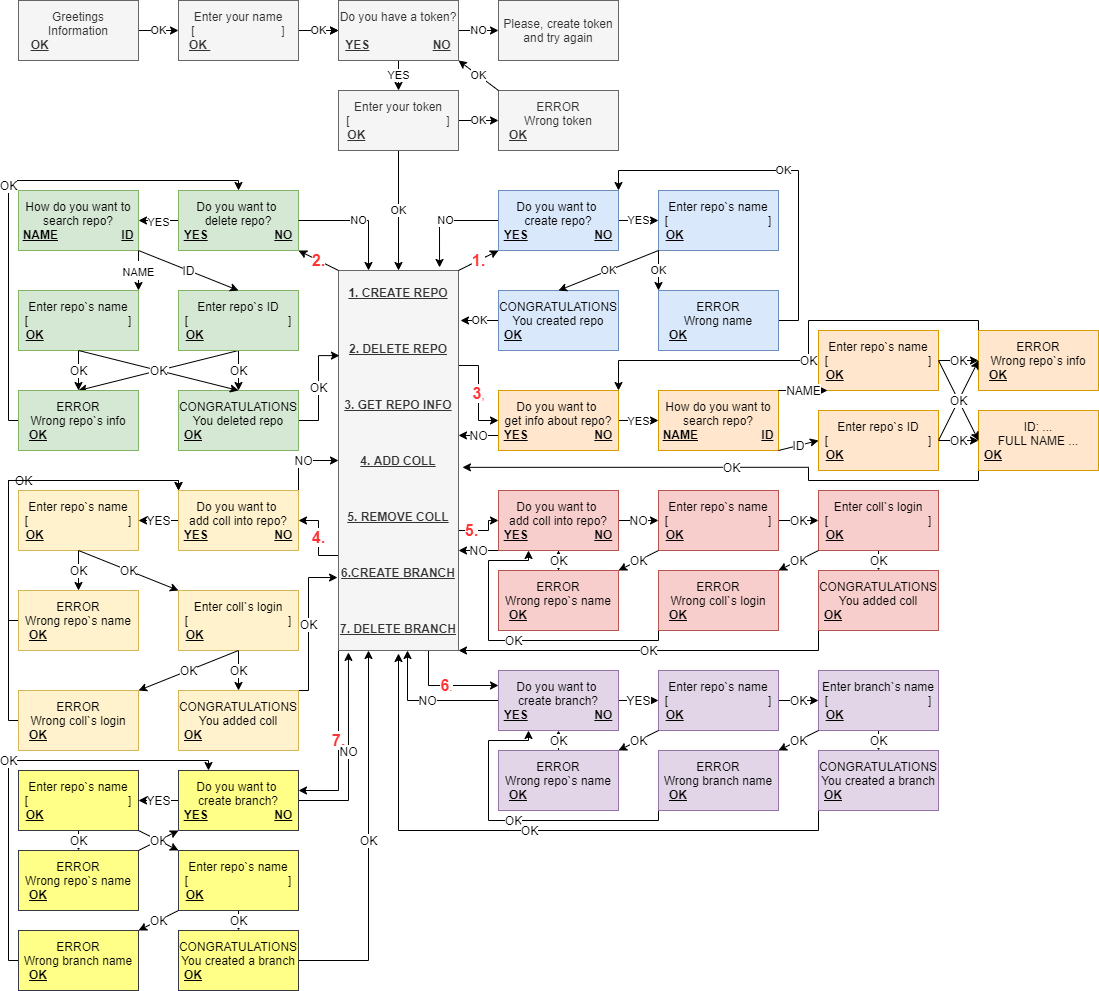
This is Q&A_FlowChart.png from rnd4u-org/2021-knu-chatbot, a draw.io export, as it was before one commit. Source tidied: cells renumbered, new cells last; positions are measured from the earlier drawing's top-left corner, leaving out a move shared by most shapes.
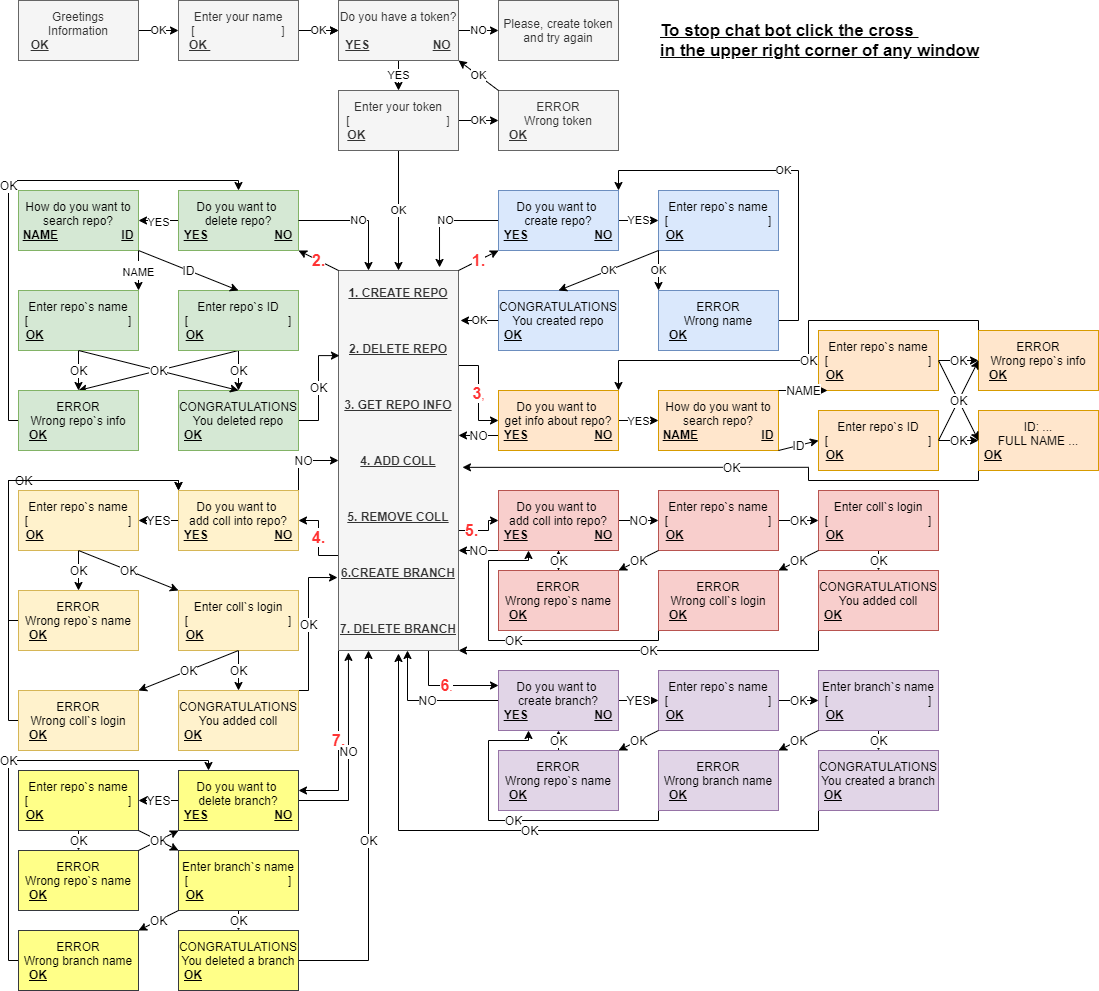
The same file after the commit.

Commit message:
Task 3. Q&A FlowChart. Revised version

Change to the diagram source:
```diff
@@ -422,7 +422,7 @@
     <mxCell id="113" value="&lt;font color=&quot;#000000&quot;&gt;YES&lt;/font&gt;" style="edgeStyle=orthogonalEdgeStyle;rounded=0;jettySize=auto;html=1;exitX=0;exitY=0.5;exitDx=0;exitDy=0;entryX=1;entryY=0.5;entryDx=0;entryDy=0;fontSize=12;fontColor=#FF3333;" parent="1" edge="1" source="114" target="116">
       <mxGeometry relative="1" as="geometry" />
     </mxCell>
-    <mxCell id="114" value="Do you want to &lt;br&gt;create branch?&lt;br&gt;&lt;b&gt;&lt;u&gt;YES&lt;/u&gt;&lt;/b&gt;&amp;nbsp; &amp;nbsp; &amp;nbsp; &amp;nbsp; &amp;nbsp; &amp;nbsp; &amp;nbsp; &amp;nbsp; &amp;nbsp; &amp;nbsp; &lt;b&gt;&lt;u&gt;NO&lt;/u&gt;&lt;/b&gt;" style="rounded=0;whiteSpace=wrap;html=1;align=center;fillColor=#ffff88;strokeColor=#36393d;" parent="1" vertex="1">
+    <mxCell id="114" value="Do you want to &lt;br&gt;delete branch?&lt;br&gt;&lt;b&gt;&lt;u&gt;YES&lt;/u&gt;&lt;/b&gt;&amp;nbsp; &amp;nbsp; &amp;nbsp; &amp;nbsp; &amp;nbsp; &amp;nbsp; &amp;nbsp; &amp;nbsp; &amp;nbsp; &amp;nbsp; &lt;b&gt;&lt;u&gt;NO&lt;/u&gt;&lt;/b&gt;" style="rounded=0;whiteSpace=wrap;html=1;align=center;fillColor=#ffff88;strokeColor=#36393d;" parent="1" vertex="1">
       <mxGeometry x="170" y="770" width="120" height="60" as="geometry" />
     </mxCell>
     <mxCell id="115" value="&lt;font color=&quot;#000000&quot;&gt;OK&lt;/font&gt;" style="edgeStyle=orthogonalEdgeStyle;rounded=0;jettySize=auto;html=1;exitX=0.5;exitY=1;exitDx=0;exitDy=0;entryX=0.5;entryY=0;entryDx=0;entryDy=0;fontSize=12;fontColor=#FF3333;" parent="1" edge="1" source="116" target="117">
@@ -437,7 +437,7 @@
     <mxCell id="118" value="&lt;font color=&quot;#000000&quot;&gt;OK&lt;/font&gt;" style="edgeStyle=orthogonalEdgeStyle;rounded=0;jettySize=auto;html=1;exitX=0.5;exitY=1;exitDx=0;exitDy=0;entryX=0.5;entryY=0;entryDx=0;entryDy=0;fontSize=12;fontColor=#FF3333;" parent="1" edge="1" source="119" target="123">
       <mxGeometry relative="1" as="geometry" />
     </mxCell>
-    <mxCell id="119" value="Enter repo`s name&lt;br&gt;[&amp;nbsp; &amp;nbsp; &amp;nbsp; &amp;nbsp; &amp;nbsp; &amp;nbsp; &amp;nbsp; &amp;nbsp; &amp;nbsp; &amp;nbsp; &amp;nbsp; &amp;nbsp; &amp;nbsp; &amp;nbsp; &amp;nbsp; ]&lt;br&gt;&lt;b&gt;&lt;u&gt;OK&lt;/u&gt;&lt;/b&gt;&amp;nbsp; &amp;nbsp; &amp;nbsp; &amp;nbsp; &amp;nbsp; &amp;nbsp; &amp;nbsp; &amp;nbsp; &amp;nbsp; &amp;nbsp; &amp;nbsp; &amp;nbsp; &amp;nbsp;&amp;nbsp;" style="rounded=0;whiteSpace=wrap;html=1;align=center;fillColor=#ffff88;strokeColor=#36393d;" parent="1" vertex="1">
+    <mxCell id="119" value="Enter branch`s name&lt;br&gt;[&amp;nbsp; &amp;nbsp; &amp;nbsp; &amp;nbsp; &amp;nbsp; &amp;nbsp; &amp;nbsp; &amp;nbsp; &amp;nbsp; &amp;nbsp; &amp;nbsp; &amp;nbsp; &amp;nbsp; &amp;nbsp; &amp;nbsp; ]&lt;br&gt;&lt;b&gt;&lt;u&gt;OK&lt;/u&gt;&lt;/b&gt;&amp;nbsp; &amp;nbsp; &amp;nbsp; &amp;nbsp; &amp;nbsp; &amp;nbsp; &amp;nbsp; &amp;nbsp; &amp;nbsp; &amp;nbsp; &amp;nbsp; &amp;nbsp; &amp;nbsp;&amp;nbsp;" style="rounded=0;whiteSpace=wrap;html=1;align=center;fillColor=#ffff88;strokeColor=#36393d;" parent="1" vertex="1">
       <mxGeometry x="170" y="850" width="120" height="60" as="geometry" />
     </mxCell>
     <mxCell id="120" value="&lt;font color=&quot;#000000&quot;&gt;OK&lt;/font&gt;" style="edgeStyle=orthogonalEdgeStyle;rounded=0;jettySize=auto;html=1;exitX=0;exitY=0.5;exitDx=0;exitDy=0;entryX=0.25;entryY=0;entryDx=0;entryDy=0;fontSize=12;fontColor=#FF3333;" parent="1" edge="1" source="121" target="114">
@@ -455,7 +455,7 @@
     <mxCell id="122" value="&lt;font color=&quot;#000000&quot;&gt;OK&lt;/font&gt;" style="edgeStyle=orthogonalEdgeStyle;rounded=0;jettySize=auto;html=1;exitX=1;exitY=0.5;exitDx=0;exitDy=0;entryX=0.25;entryY=1;entryDx=0;entryDy=0;fontSize=12;fontColor=#FF3333;" parent="1" edge="1" source="123" target="22">
       <mxGeometry relative="1" as="geometry" />
     </mxCell>
-    <mxCell id="123" value="CONGRATULATIONS&lt;br&gt;You created a branch&lt;br&gt;&lt;b&gt;&lt;u&gt;OK&lt;/u&gt;&lt;/b&gt;&amp;nbsp; &amp;nbsp; &amp;nbsp; &amp;nbsp; &amp;nbsp; &amp;nbsp; &amp;nbsp; &amp;nbsp; &amp;nbsp; &amp;nbsp; &amp;nbsp; &amp;nbsp; &amp;nbsp; &amp;nbsp;" style="rounded=0;whiteSpace=wrap;html=1;align=center;fillColor=#ffff88;strokeColor=#36393d;" parent="1" vertex="1">
+    <mxCell id="123" value="CONGRATULATIONS&lt;br&gt;You deleted a branch&lt;br&gt;&lt;b&gt;&lt;u&gt;OK&lt;/u&gt;&lt;/b&gt;&amp;nbsp; &amp;nbsp; &amp;nbsp; &amp;nbsp; &amp;nbsp; &amp;nbsp; &amp;nbsp; &amp;nbsp; &amp;nbsp; &amp;nbsp; &amp;nbsp; &amp;nbsp; &amp;nbsp; &amp;nbsp;" style="rounded=0;whiteSpace=wrap;html=1;align=center;fillColor=#ffff88;strokeColor=#36393d;" parent="1" vertex="1">
       <mxGeometry x="170" y="930" width="120" height="60" as="geometry" />
     </mxCell>
     <mxCell id="124" value="&amp;nbsp; &amp;nbsp;&amp;nbsp;" style="endArrow=classic;html=1;fontSize=12;fontColor=#FF3333;exitX=1;exitY=1;exitDx=0;exitDy=0;entryX=0;entryY=0;entryDx=0;entryDy=0;" parent="1" edge="1" source="116" target="119">
@@ -467,5 +467,8 @@
     <mxCell id="126" value="&lt;font color=&quot;#000000&quot;&gt;OK&lt;/font&gt;" style="endArrow=classic;html=1;fontSize=12;fontColor=#FF3333;exitX=0;exitY=1;exitDx=0;exitDy=0;entryX=1;entryY=0;entryDx=0;entryDy=0;" parent="1" edge="1" source="119" target="121">
       <mxGeometry relative="1" as="geometry" />
     </mxCell>
+    <mxCell id="127" value="&lt;b style=&quot;font-size: 14px&quot;&gt;&lt;u style=&quot;font-size: 17px&quot;&gt;&lt;font color=&quot;#000000&quot; style=&quot;font-size: 17px&quot;&gt;To stop chat bot click the cross &lt;br&gt;in the upper right corner of any window&lt;/font&gt;&lt;/u&gt;&lt;/b&gt;" style="text;html=1;align=left;verticalAlign=middle;fontSize=12;fontColor=#FF3333;" parent="1" vertex="1">
+      <mxGeometry x="650" y="20" width="330" height="40" as="geometry" />
+    </mxCell>
   </root>
 </mxGraphModel>
```
